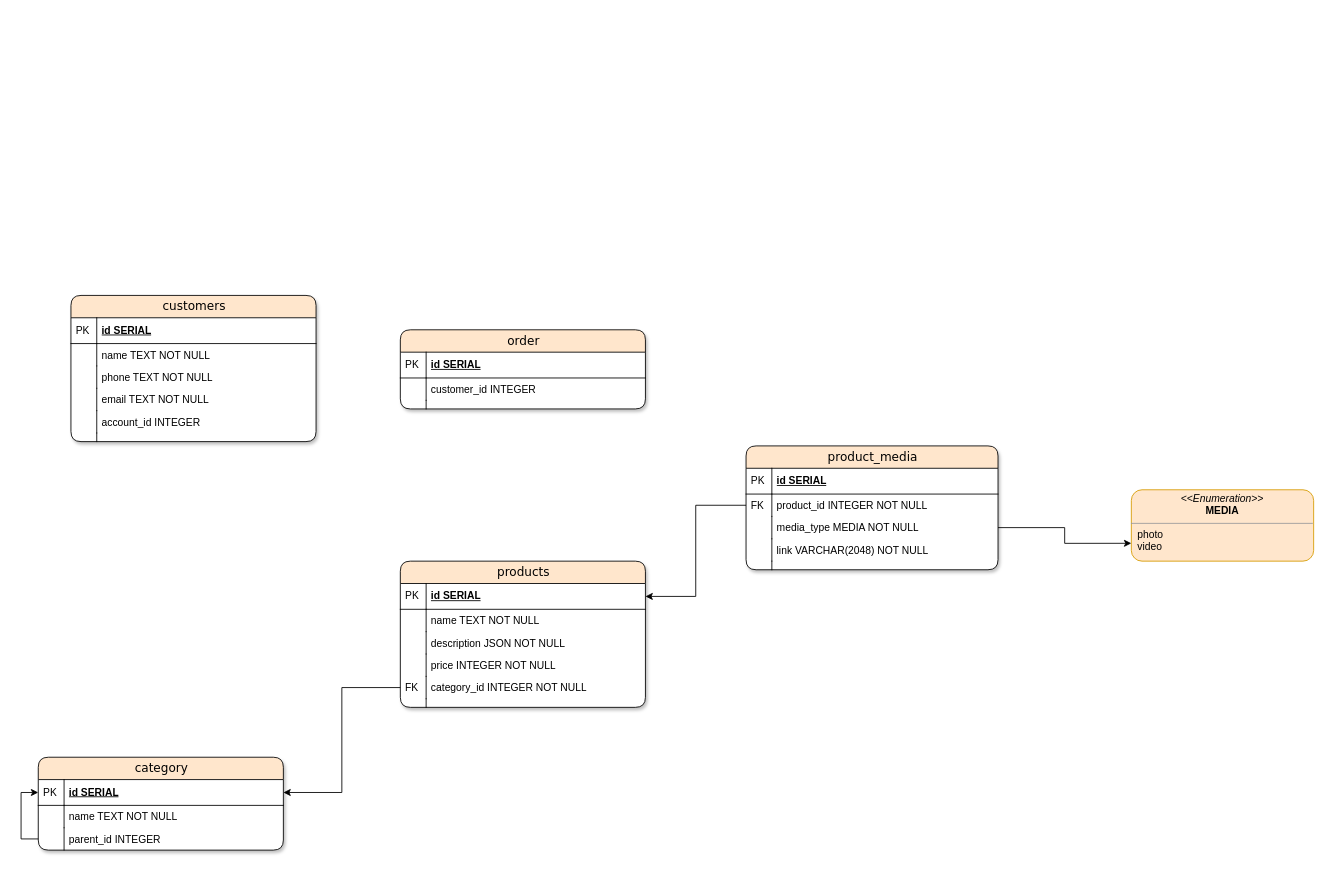
Above: database.drawio in werreour/drawio-database (draw.io), before the change. Source tidied: cells renumbered, new cells numbered last; positions are measured from the earlier drawing's top-left corner, leaving out a move shared by most shapes. Both pictures are drawn from the tidied source at 86%, with x=0, y=0 at pixel (38, 295).
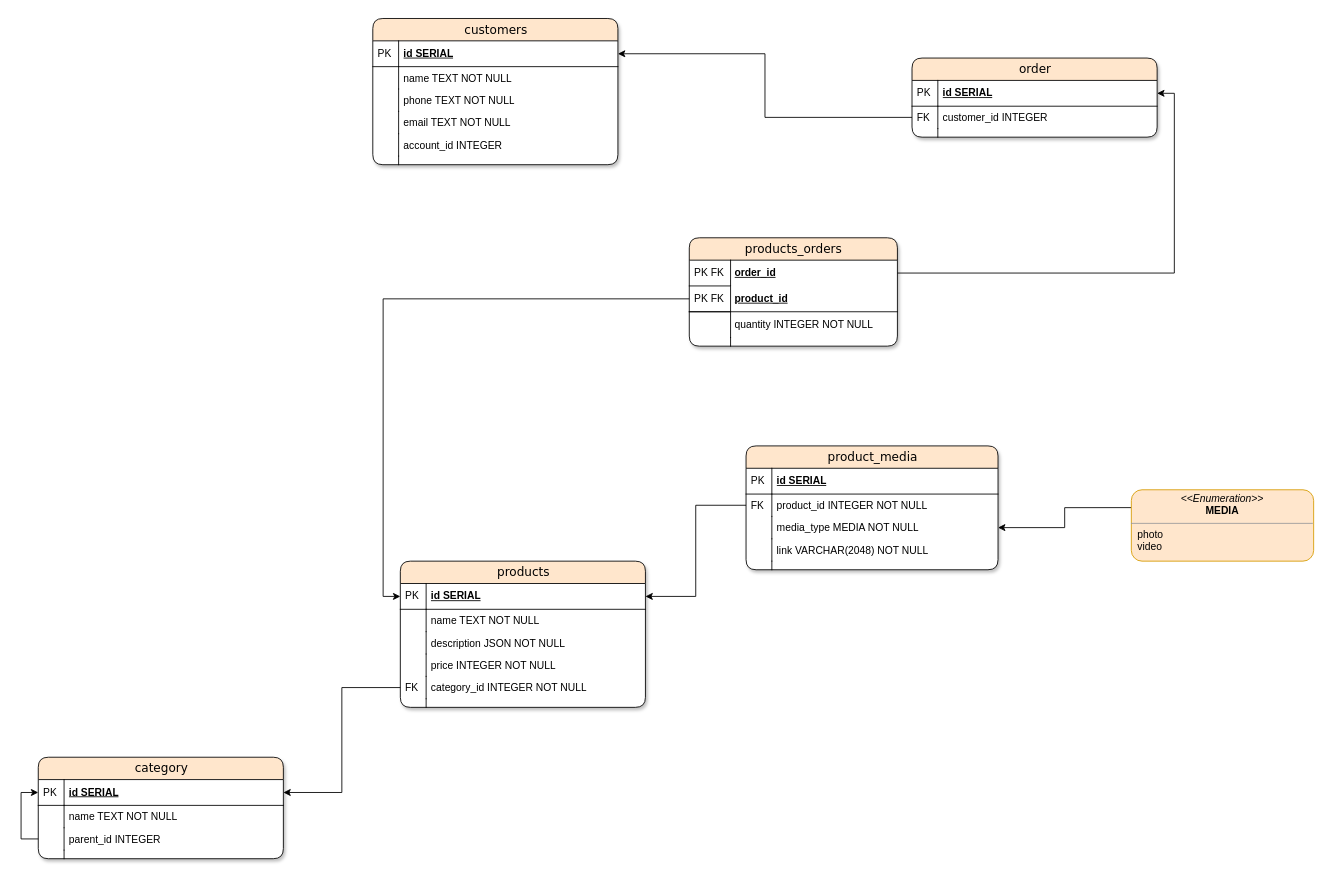
The same diagram, later.

The change refers to these unchanged cells:
```xml
<mxCell id="3" value="id SERIAL" style="shape=partialRectangle;top=0;left=0;right=0;bottom=1;html=1;align=left;verticalAlign=middle;fillColor=none;spacingLeft=34;spacingRight=4;whiteSpace=wrap;overflow=hidden;points=[[0,0.5],[1,0.5]];portConstraint=eastwest;fontStyle=5;rounded=1;" parent="2" vertex="1">
  <mxGeometry y="26" width="285" height="30" as="geometry" />
</mxCell>
<mxCell id="20" value="media_type MEDIA NOT NULL" style="shape=partialRectangle;top=0;left=0;right=0;bottom=0;html=1;align=left;verticalAlign=top;fillColor=none;spacingLeft=34;spacingRight=4;whiteSpace=wrap;overflow=hidden;points=[[0,0.5],[1,0.5]];portConstraint=eastwest;rounded=1;" parent="15" vertex="1">
  <mxGeometry y="82" width="293" height="26" as="geometry" />
</mxCell>
<mxCell id="27" value="&lt;p style=&quot;margin: 0px ; margin-top: 4px ; text-align: center&quot;&gt;&lt;i&gt;&amp;lt;&amp;lt;Enumeration&amp;gt;&amp;gt;&lt;/i&gt;&lt;br&gt;&lt;b&gt;MEDIA&lt;/b&gt;&lt;/p&gt;&lt;hr size=&quot;1&quot;&gt;&lt;p style=&quot;margin: 0px ; margin-left: 4px&quot;&gt;&lt;span style=&quot;white-space: pre&quot;&gt; &lt;/span&gt;photo&lt;br&gt;&lt;span style=&quot;white-space: pre&quot;&gt; &lt;/span&gt;video&lt;/p&gt;" style="verticalAlign=top;align=left;overflow=fill;fontSize=12;fontFamily=Helvetica;html=1;sketch=0;rounded=1;fillColor=#ffe6cc;strokeColor=#d79b00;" parent="1" vertex="1">
  <mxGeometry x="1271" y="226" width="212" height="83" as="geometry" />
</mxCell>
<mxCell id="30" value="id SERIAL" style="shape=partialRectangle;top=0;left=0;right=0;bottom=1;html=1;align=left;verticalAlign=middle;fillColor=none;spacingLeft=34;spacingRight=4;whiteSpace=wrap;overflow=hidden;points=[[0,0.5],[1,0.5]];portConstraint=eastwest;fontStyle=5;rounded=1;" parent="29" vertex="1">
  <mxGeometry y="26" width="285" height="30" as="geometry" />
</mxCell>
<mxCell id="52" value="id SERIAL" style="shape=partialRectangle;top=0;left=0;right=0;bottom=1;html=1;align=left;verticalAlign=middle;fillColor=none;spacingLeft=34;spacingRight=4;whiteSpace=wrap;overflow=hidden;points=[[0,0.5],[1,0.5]];portConstraint=eastwest;fontStyle=5;rounded=1;" parent="51" vertex="1">
  <mxGeometry y="26" width="285" height="30" as="geometry" />
</mxCell>
<mxCell id="54" value="customer_id INTEGER" style="shape=partialRectangle;top=0;left=0;right=0;bottom=0;html=1;align=left;verticalAlign=top;fillColor=none;spacingLeft=34;spacingRight=4;whiteSpace=wrap;overflow=hidden;points=[[0,0.5],[1,0.5]];portConstraint=eastwest;rounded=1;" parent="51" vertex="1">
  <mxGeometry y="56" width="285" height="26" as="geometry" />
</mxCell>
<mxCell id="56" style="shape=partialRectangle;top=0;left=0;right=0;bottom=0;html=1;align=left;verticalAlign=top;fillColor=none;spacingLeft=34;spacingRight=4;whiteSpace=wrap;overflow=hidden;rounded=1;" parent="51" vertex="1">
  <mxGeometry y="82" width="285" height="10" as="geometry" />
</mxCell>
```

The edit, as a diff of the source:
```diff
@@
+    <mxCell id="58" style="edgeStyle=orthogonalEdgeStyle;rounded=0;jettySize=auto;html=1;entryX=1;entryY=0.5;entryDx=0;entryDy=0;exitX=0;exitY=0.25;exitDx=0;exitDy=0;" parent="1" edge="1" source="27" target="20">
+      <mxGeometry relative="1" as="geometry" />
+    </mxCell>
@@
-    <mxCell id="28" style="edgeStyle=orthogonalEdgeStyle;rounded=0;jettySize=auto;html=1;entryX=0;entryY=0.75;entryDx=0;entryDy=0;" parent="1" edge="1" source="20" target="27">
-      <mxGeometry relative="1" as="geometry" />
-    </mxCell>
     <mxCell id="29" value="customers" style="swimlane;html=1;fontStyle=0;horizontal=1;startSize=26;fillColor=#ffe6cc;swimlaneFillColor=#ffffff;align=center;shadow=1;comic=0;labelBackgroundColor=none;strokeWidth=1;fontFamily=Verdana;fontSize=14;strokeColor=default;rounded=1;sketch=0;glass=0;swimlaneLine=1;" parent="1" vertex="1">
-      <mxGeometry x="38" width="285" height="170" as="geometry" />
+      <mxGeometry x="389" y="-322" width="285" height="170" as="geometry" />
     </mxCell>
@@
     <mxCell id="42" value="category" style="swimlane;html=1;fontStyle=0;horizontal=1;startSize=26;fillColor=#ffe6cc;swimlaneFillColor=#ffffff;align=center;shadow=1;comic=0;labelBackgroundColor=none;strokeWidth=1;fontFamily=Verdana;fontSize=14;strokeColor=default;rounded=1;sketch=0;glass=0;swimlaneLine=1;" parent="1" vertex="1">
-      <mxGeometry y="537" width="285" height="108" as="geometry" />
+      <mxGeometry y="537" width="285" height="118" as="geometry" />
     </mxCell>
@@
+    <mxCell id="59" style="shape=partialRectangle;top=0;left=0;right=0;bottom=0;html=1;align=left;verticalAlign=top;fillColor=none;spacingLeft=34;spacingRight=4;whiteSpace=wrap;overflow=hidden;rounded=1;" parent="42" vertex="1">
+      <mxGeometry y="108" width="285" height="10" as="geometry" />
+    </mxCell>
+    <mxCell id="60" style="shape=partialRectangle;top=0;left=0;bottom=0;html=1;fillColor=none;align=left;verticalAlign=top;spacingLeft=4;spacingRight=4;whiteSpace=wrap;overflow=hidden;rounded=1;" parent="59" vertex="1">
+      <mxGeometry width="30" height="10" as="geometry" />
+    </mxCell>
@@
     <mxCell id="51" value="order" style="swimlane;html=1;fontStyle=0;horizontal=1;startSize=26;fillColor=#ffe6cc;swimlaneFillColor=#ffffff;align=center;shadow=1;comic=0;labelBackgroundColor=none;strokeWidth=1;fontFamily=Verdana;fontSize=14;strokeColor=default;rounded=1;sketch=0;glass=0;swimlaneLine=1;" parent="1" vertex="1">
-      <mxGeometry x="421" y="40" width="285" height="92" as="geometry" />
+      <mxGeometry x="1016" y="-276" width="285" height="92" as="geometry" />
     </mxCell>
@@
-    <mxCell id="55" style="shape=partialRectangle;top=0;left=0;bottom=0;html=1;fillColor=none;align=left;verticalAlign=top;spacingLeft=4;spacingRight=4;whiteSpace=wrap;overflow=hidden;rounded=1;" parent="54" vertex="1">
+    <mxCell id="55" value="FK" style="shape=partialRectangle;top=0;left=0;bottom=0;html=1;fillColor=none;align=left;verticalAlign=top;spacingLeft=4;spacingRight=4;whiteSpace=wrap;overflow=hidden;rounded=1;" parent="54" vertex="1">
       <mxGeometry width="30" height="26" as="geometry" />
     </mxCell>
@@
-    <mxCell id="57" style="shape=partialRectangle;top=0;left=0;bottom=0;html=1;fillColor=none;align=left;verticalAlign=top;spacingLeft=4;spacingRight=4;whiteSpace=wrap;overflow=hidden;rounded=1;" parent="56" vertex="1">
-      <mxGeometry width="30" height="10" as="geometry" />
-    </mxCell>
+    <mxCell id="61" style="shape=partialRectangle;top=0;left=0;bottom=0;html=1;fillColor=none;align=left;verticalAlign=top;spacingLeft=4;spacingRight=4;whiteSpace=wrap;overflow=hidden;rounded=1;" parent="56" vertex="1">
+      <mxGeometry width="30" height="10" as="geometry" />
+    </mxCell>
+    <mxCell id="62" style="edgeStyle=orthogonalEdgeStyle;rounded=0;jettySize=auto;html=1;entryX=1;entryY=0.5;entryDx=0;entryDy=0;" parent="1" edge="1" source="54" target="30">
+      <mxGeometry relative="1" as="geometry" />
+    </mxCell>
+    <mxCell id="63" value="products_orders" style="swimlane;html=1;fontStyle=0;horizontal=1;startSize=26;fillColor=#ffe6cc;swimlaneFillColor=#ffffff;align=center;shadow=1;comic=0;labelBackgroundColor=none;strokeWidth=1;fontFamily=Verdana;fontSize=14;strokeColor=default;rounded=1;sketch=0;glass=0;swimlaneLine=1;" parent="1" vertex="1">
+      <mxGeometry x="757" y="-67" width="242" height="126" as="geometry" />
+    </mxCell>
+    <mxCell id="64" value="order_id" style="shape=partialRectangle;top=0;left=0;right=0;bottom=1;html=1;align=left;verticalAlign=middle;fillColor=none;spacingLeft=51;spacingRight=4;whiteSpace=wrap;overflow=hidden;points=[[0,0.5],[1,0.5]];portConstraint=eastwest;fontStyle=5;rounded=1;strokeColor=none;" parent="63" vertex="1">
+      <mxGeometry y="26" width="242" height="30" as="geometry" />
+    </mxCell>
+    <mxCell id="65" value="PK FK" style="shape=partialRectangle;top=0;left=0;bottom=1;html=1;fillColor=none;align=left;verticalAlign=middle;spacingLeft=4;spacingRight=4;whiteSpace=wrap;overflow=hidden;rounded=1;strokeColor=default;" parent="64" vertex="1">
+      <mxGeometry width="48" height="30" as="geometry" />
+    </mxCell>
+    <mxCell id="66" value="product_id" style="shape=partialRectangle;top=0;left=0;right=0;bottom=1;html=1;align=left;verticalAlign=middle;fillColor=none;spacingLeft=51;spacingRight=4;whiteSpace=wrap;overflow=hidden;points=[[0,0.5],[1,0.5]];portConstraint=eastwest;fontStyle=5;rounded=1;strokeColor=default;" parent="63" vertex="1">
+      <mxGeometry y="56" width="242" height="30" as="geometry" />
+    </mxCell>
+    <mxCell id="67" value="PK FK" style="shape=partialRectangle;top=0;left=0;bottom=1;html=1;fillColor=none;align=left;verticalAlign=middle;spacingLeft=4;spacingRight=4;whiteSpace=wrap;overflow=hidden;rounded=1;strokeColor=default;" parent="66" vertex="1">
+      <mxGeometry width="48" height="30" as="geometry" />
+    </mxCell>
+    <mxCell id="68" value="quantity INTEGER NOT NULL" style="shape=partialRectangle;top=0;left=0;right=0;bottom=1;html=1;align=left;verticalAlign=middle;fillColor=none;spacingLeft=51;spacingRight=4;whiteSpace=wrap;overflow=hidden;fontStyle=0;rounded=1;strokeColor=none;" parent="63" vertex="1">
+      <mxGeometry y="86" width="242" height="30" as="geometry" />
+    </mxCell>
+    <mxCell id="69" style="shape=partialRectangle;top=0;left=0;bottom=0;html=1;fillColor=none;align=left;verticalAlign=middle;spacingLeft=4;spacingRight=4;whiteSpace=wrap;overflow=hidden;rounded=1;strokeColor=default;" parent="68" vertex="1">
+      <mxGeometry width="48" height="30" as="geometry" />
+    </mxCell>
+    <mxCell id="70" style="shape=partialRectangle;top=0;left=0;right=0;bottom=0;html=1;align=left;verticalAlign=top;fillColor=none;spacingLeft=34;spacingRight=4;whiteSpace=wrap;overflow=hidden;rounded=1;" parent="63" vertex="1">
+      <mxGeometry y="116" width="242" height="10" as="geometry" />
+    </mxCell>
+    <mxCell id="71" style="shape=partialRectangle;top=0;left=0;bottom=0;html=1;fillColor=none;align=left;verticalAlign=top;spacingLeft=4;spacingRight=4;whiteSpace=wrap;overflow=hidden;rounded=1;" parent="70" vertex="1">
+      <mxGeometry width="48" height="10" as="geometry" />
+    </mxCell>
+    <mxCell id="72" style="edgeStyle=orthogonalEdgeStyle;rounded=0;jettySize=auto;html=1;entryX=1;entryY=0.5;entryDx=0;entryDy=0;" parent="1" edge="1" source="64" target="52">
+      <mxGeometry relative="1" as="geometry" />
+    </mxCell>
+    <mxCell id="73" style="edgeStyle=orthogonalEdgeStyle;rounded=0;jettySize=auto;html=1;entryX=0;entryY=0.5;entryDx=0;entryDy=0;" parent="1" edge="1" source="66" target="3">
+      <mxGeometry relative="1" as="geometry" />
+    </mxCell>
```
